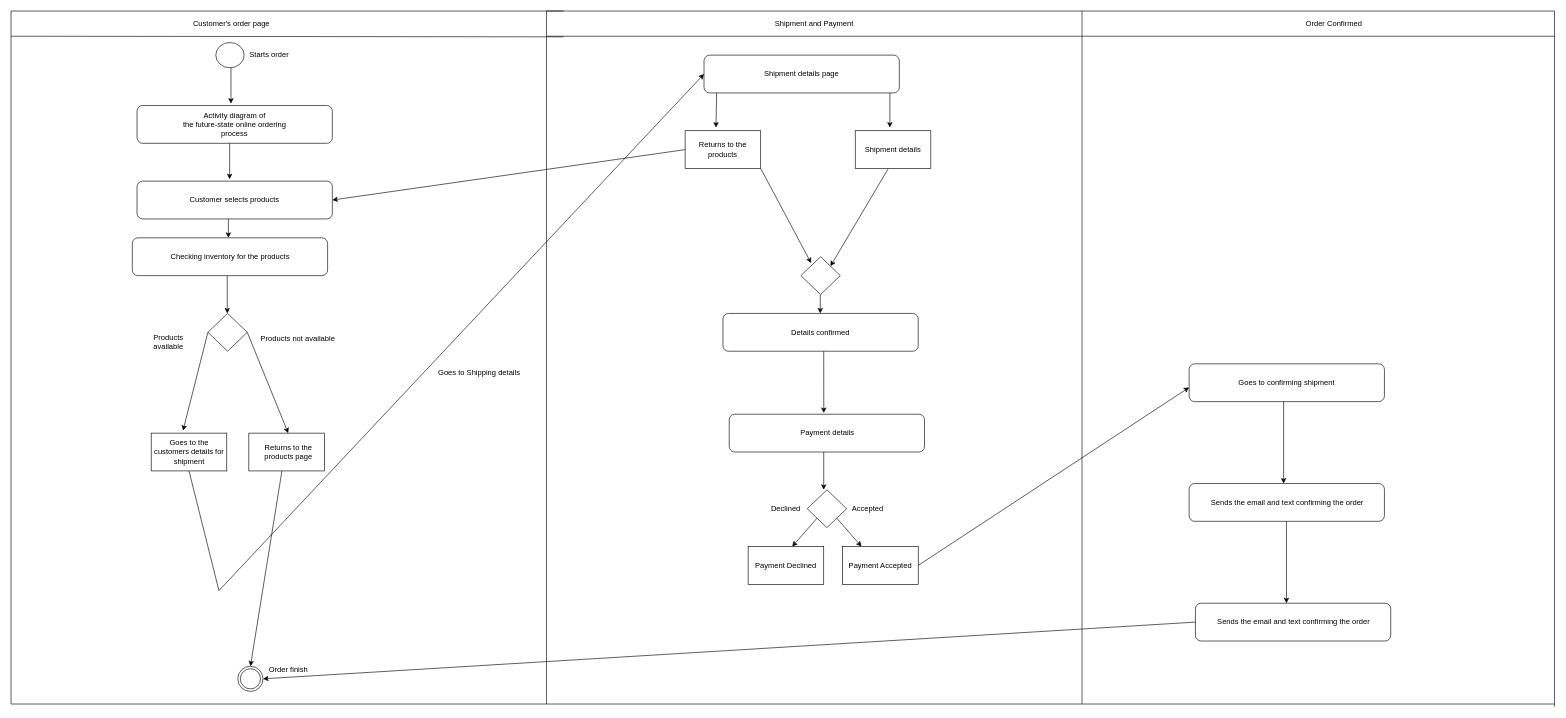
Above: Untitled Diagram.drawio in TipperChristopher/.github.io.matahi (draw.io), before the change. Source tidied: cells renumbered, new cells numbered last; positions are measured from the earlier drawing's top-left corner, leaving out a move shared by most shapes. Both pictures are drawn from the tidied source at 63%, with x=0, y=0 at pixel (11, 11).
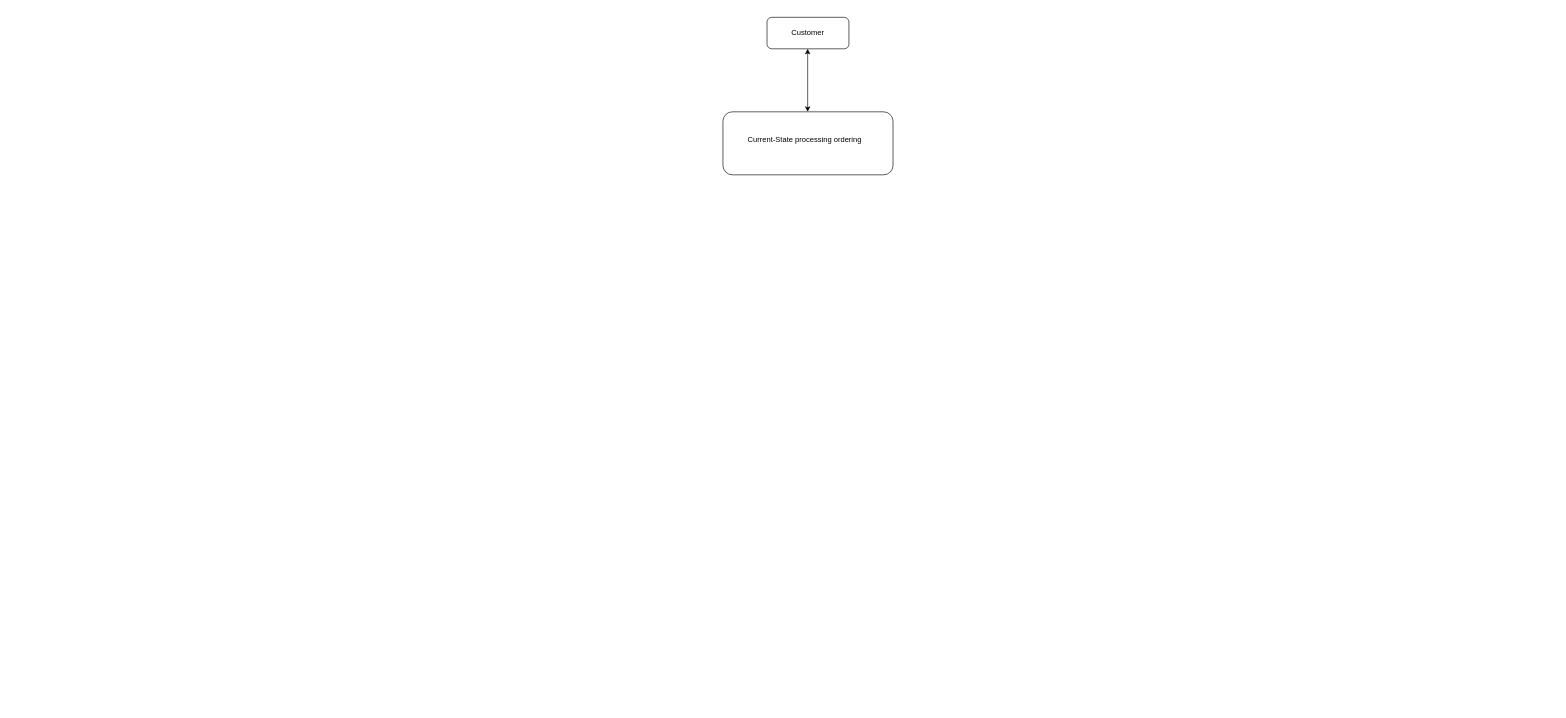
After the change.

The edit, as a diff of the source:
```diff
@@
-    <mxCell id="2" style="ellipse;shape=doubleEllipse;whiteSpace=wrap;html=1;" parent="1" vertex="1">
-      <mxGeometry x="360" y="1040" width="40" height="40" as="geometry" />
-    </mxCell>
-    <mxCell id="3" style="ellipse;whiteSpace=wrap;html=1;" parent="1" vertex="1">
-      <mxGeometry x="325" y="50" width="45" height="40" as="geometry" />
-    </mxCell>
-    <mxCell id="4" style="rounded=1;whiteSpace=wrap;html=1;" parent="1" vertex="1">
-      <mxGeometry x="200" y="150" width="310" height="60" as="geometry" />
-    </mxCell>
-    <mxCell id="5" style="endArrow=classic;html=1;rounded=0;entryX=0.481;entryY=-0.05;entryDx=0;entryDy=0;entryPerimeter=0;exitX=0.536;exitY=1;exitDx=0;exitDy=0;exitPerimeter=0;" parent="1" edge="1" source="3" target="4">
-      <mxGeometry relative="1" as="geometry" />
-    </mxCell>
-    <mxCell id="6" value="Activity diagram of&lt;br/&gt;the future-state online ordering&lt;br/&gt;process " style="text;html=1;strokeColor=none;fillColor=none;align=center;verticalAlign=middle;whiteSpace=wrap;rounded=0;" parent="1" vertex="1">
-      <mxGeometry x="200" y="165" width="310" height="30" as="geometry" />
-    </mxCell>
-    <mxCell id="7" style="rounded=1;whiteSpace=wrap;html=1;" parent="1" vertex="1">
-      <mxGeometry x="200" y="270" width="310" height="60" as="geometry" />
-    </mxCell>
-    <mxCell id="8" value="Customer selects products" style="text;html=1;strokeColor=none;fillColor=none;align=center;verticalAlign=middle;whiteSpace=wrap;rounded=0;" parent="1" vertex="1">
-      <mxGeometry x="200" y="285" width="310" height="30" as="geometry" />
-    </mxCell>
-    <mxCell id="9" style="endArrow=classic;html=1;rounded=0;entryX=0.481;entryY=-0.05;entryDx=0;entryDy=0;entryPerimeter=0;exitX=0.536;exitY=1;exitDx=0;exitDy=0;exitPerimeter=0;" parent="1" edge="1">
-      <mxGeometry relative="1" as="geometry">
-        <mxPoint x="347" y="210" as="sourcePoint" />
-        <mxPoint x="347" y="267" as="targetPoint" />
-      </mxGeometry>
-    </mxCell>
-    <mxCell id="10" style="endArrow=classic;html=1;rounded=0;" parent="1" edge="1">
-      <mxGeometry relative="1" as="geometry">
-        <mxPoint x="345" y="330" as="sourcePoint" />
-        <mxPoint x="345" y="360" as="targetPoint" />
-      </mxGeometry>
-    </mxCell>
-    <mxCell id="11" style="endArrow=classic;html=1;rounded=0;" parent="1" edge="1">
-      <mxGeometry relative="1" as="geometry">
-        <mxPoint x="343.2" y="420" as="sourcePoint" />
-        <mxPoint x="343.2" y="480" as="targetPoint" />
-      </mxGeometry>
-    </mxCell>
-    <mxCell id="12" style="rounded=1;whiteSpace=wrap;html=1;" parent="1" vertex="1">
-      <mxGeometry x="192.5" y="360" width="310" height="60" as="geometry" />
-    </mxCell>
-    <mxCell id="13" value="Checking inventory for the products" style="text;html=1;strokeColor=none;fillColor=none;align=center;verticalAlign=middle;whiteSpace=wrap;rounded=0;" parent="1" vertex="1">
-      <mxGeometry x="192.5" y="375" width="310" height="30" as="geometry" />
-    </mxCell>
-    <mxCell id="14" style="rhombus;whiteSpace=wrap;html=1;" parent="1" vertex="1">
-      <mxGeometry x="312.5" y="480" width="62.5" height="60" as="geometry" />
-    </mxCell>
-    <mxCell id="15" style="endArrow=classic;html=1;rounded=0;exitX=0;exitY=0.5;exitDx=0;exitDy=0;" parent="1" edge="1" source="14">
-      <mxGeometry relative="1" as="geometry">
-        <mxPoint x="273" y="666" as="targetPoint" />
-      </mxGeometry>
-    </mxCell>
-    <mxCell id="16" style="endArrow=classic;html=1;rounded=0;exitX=1;exitY=0.5;exitDx=0;exitDy=0;entryX=0.5;entryY=0;entryDx=0;entryDy=0;" parent="1" edge="1" source="14" target="22">
-      <mxGeometry relative="1" as="geometry" />
-    </mxCell>
-    <mxCell id="17" style="rounded=0;whiteSpace=wrap;html=1;" parent="1" vertex="1">
-      <mxGeometry x="222.5" y="670" width="120" height="60" as="geometry" />
-    </mxCell>
-    <mxCell id="18" style="rounded=0;whiteSpace=wrap;html=1;" parent="1" vertex="1">
-      <mxGeometry x="377.5" y="670" width="120" height="60" as="geometry" />
-    </mxCell>
-    <mxCell id="19" value="Products available" style="text;html=1;strokeColor=none;fillColor=none;align=center;verticalAlign=middle;whiteSpace=wrap;rounded=0;" parent="1" vertex="1">
-      <mxGeometry x="220" y="510" width="60" height="30" as="geometry" />
-    </mxCell>
-    <mxCell id="20" value="&lt;span style=&quot;&quot;&gt;Products not available&lt;/span&gt;" style="text;html=1;align=center;verticalAlign=middle;strokeColor=none;fillColor=none;" parent="1" vertex="1">
-      <mxGeometry x="390" y="510" width="130" height="20" as="geometry" />
-    </mxCell>
-    <mxCell id="21" value="Goes to the customers details for shipment" style="text;html=1;strokeColor=none;fillColor=none;align=center;verticalAlign=middle;whiteSpace=wrap;rounded=0;" parent="1" vertex="1">
-      <mxGeometry x="222.5" y="670" width="120" height="60" as="geometry" />
-    </mxCell>
-    <mxCell id="22" value="Returns to the products page" style="text;html=1;strokeColor=none;fillColor=none;align=center;verticalAlign=middle;whiteSpace=wrap;rounded=0;" parent="1" vertex="1">
-      <mxGeometry x="377.5" y="670" width="125" height="60" as="geometry" />
-    </mxCell>
-    <mxCell id="23" style="rounded=1;whiteSpace=wrap;html=1;" parent="1" vertex="1">
-      <mxGeometry x="1100" y="70" width="310" height="60" as="geometry" />
-    </mxCell>
-    <mxCell id="24" value="Shipment details page" style="text;html=1;strokeColor=none;fillColor=none;align=center;verticalAlign=middle;whiteSpace=wrap;rounded=0;" parent="1" vertex="1">
-      <mxGeometry x="1100" y="85" width="310" height="30" as="geometry" />
-    </mxCell>
-    <mxCell id="25" style="endArrow=classic;html=1;rounded=0;" parent="1" edge="1">
-      <mxGeometry relative="1" as="geometry">
-        <mxPoint x="1120" y="130" as="sourcePoint" />
-        <mxPoint x="1119" y="185" as="targetPoint" />
-      </mxGeometry>
-    </mxCell>
-    <mxCell id="26" style="endArrow=classic;html=1;rounded=0;" parent="1" edge="1">
-      <mxGeometry relative="1" as="geometry">
-        <mxPoint x="1395" y="130" as="sourcePoint" />
-        <mxPoint x="1395" y="185" as="targetPoint" />
-      </mxGeometry>
-    </mxCell>
-    <mxCell id="27" style="endArrow=none;html=1;rounded=0;" parent="1" edge="1">
-      <mxGeometry relative="1" as="geometry">
-        <mxPoint x="850" y="1100" as="sourcePoint" />
-        <mxPoint x="850" as="targetPoint" />
-      </mxGeometry>
-    </mxCell>
-    <mxCell id="28" style="endArrow=none;html=1;rounded=0;" parent="1" edge="1">
-      <mxGeometry relative="1" as="geometry">
-        <mxPoint x="850" as="sourcePoint" />
-        <mxPoint x="1700" as="targetPoint" />
-      </mxGeometry>
-    </mxCell>
-    <mxCell id="29" style="endArrow=none;html=1;rounded=0;" parent="1" edge="1">
-      <mxGeometry relative="1" as="geometry">
-        <mxPoint x="1700" y="1100" as="sourcePoint" />
-        <mxPoint x="1700" as="targetPoint" />
-      </mxGeometry>
-    </mxCell>
-    <mxCell id="30" style="endArrow=none;html=1;rounded=0;" parent="1" edge="1">
-      <mxGeometry relative="1" as="geometry">
-        <mxPoint x="850" y="1100" as="sourcePoint" />
-        <mxPoint x="1700" y="1100" as="targetPoint" />
-      </mxGeometry>
-    </mxCell>
-    <mxCell id="31" style="endArrow=none;html=1;rounded=0;" parent="1" edge="1">
-      <mxGeometry relative="1" as="geometry">
-        <mxPoint x="850" y="40" as="sourcePoint" />
-        <mxPoint x="1700" y="40" as="targetPoint" />
-      </mxGeometry>
-    </mxCell>
-    <mxCell id="32" value="Shipment and Payment" style="text;html=1;strokeColor=none;fillColor=none;align=center;verticalAlign=middle;whiteSpace=wrap;rounded=0;" parent="1" vertex="1">
-      <mxGeometry x="850" width="850" height="40" as="geometry" />
-    </mxCell>
-    <mxCell id="33" style="endArrow=none;html=1;rounded=0;" parent="1" edge="1">
-      <mxGeometry relative="1" as="geometry">
-        <mxPoint x="2450" y="1104" as="sourcePoint" />
-        <mxPoint x="2450" as="targetPoint" />
-      </mxGeometry>
-    </mxCell>
-    <mxCell id="34" style="endArrow=none;html=1;rounded=0;" parent="1" edge="1">
-      <mxGeometry relative="1" as="geometry">
-        <mxPoint x="1700" y="40" as="sourcePoint" />
-        <mxPoint x="2450" y="40" as="targetPoint" />
-      </mxGeometry>
-    </mxCell>
-    <mxCell id="35" style="endArrow=none;html=1;rounded=0;" parent="1" edge="1">
-      <mxGeometry relative="1" as="geometry">
-        <mxPoint x="1700" as="sourcePoint" />
-        <mxPoint x="2450" as="targetPoint" />
-      </mxGeometry>
-    </mxCell>
-    <mxCell id="36" style="endArrow=none;html=1;rounded=0;" parent="1" edge="1">
-      <mxGeometry relative="1" as="geometry">
-        <mxPoint x="1700" y="1100" as="sourcePoint" />
-        <mxPoint x="2450" y="1100" as="targetPoint" />
-      </mxGeometry>
-    </mxCell>
-    <mxCell id="37" style="endArrow=none;html=1;rounded=0;" parent="1" edge="1">
-      <mxGeometry relative="1" as="geometry">
-        <mxPoint y="1100" as="sourcePoint" />
-        <mxPoint x="850" y="1100" as="targetPoint" />
-      </mxGeometry>
-    </mxCell>
-    <mxCell id="38" style="endArrow=none;html=1;rounded=0;entryX=0.032;entryY=1.025;entryDx=0;entryDy=0;entryPerimeter=0;" parent="1" edge="1" target="32">
-      <mxGeometry relative="1" as="geometry">
-        <mxPoint y="40" as="sourcePoint" />
-      </mxGeometry>
-    </mxCell>
-    <mxCell id="39" style="endArrow=none;html=1;rounded=0;entryX=0.032;entryY=0;entryDx=0;entryDy=0;entryPerimeter=0;" parent="1" edge="1" target="32">
-      <mxGeometry relative="1" as="geometry">
-        <mxPoint as="sourcePoint" />
-      </mxGeometry>
-    </mxCell>
-    <mxCell id="40" value="Customer's order page" style="text;html=1;strokeColor=none;fillColor=none;align=center;verticalAlign=middle;whiteSpace=wrap;rounded=0;" parent="1" vertex="1">
-      <mxGeometry x="170" y="5" width="360" height="30" as="geometry" />
-    </mxCell>
-    <mxCell id="41" style="endArrow=none;html=1;rounded=0;" parent="1" edge="1">
-      <mxGeometry relative="1" as="geometry">
-        <mxPoint y="1100" as="sourcePoint" />
-        <mxPoint as="targetPoint" />
-      </mxGeometry>
-    </mxCell>
-    <mxCell id="42" style="endArrow=classic;html=1;rounded=0;exitX=0.5;exitY=1;exitDx=0;exitDy=0;entryX=0;entryY=0.5;entryDx=0;entryDy=0;" parent="1" edge="1" source="21" target="24">
-      <mxGeometry relative="1" as="geometry">
-        <Array as="points">
-          <mxPoint x="330" y="920" />
-        </Array>
-      </mxGeometry>
-    </mxCell>
-    <mxCell id="43" style="rounded=0;whiteSpace=wrap;html=1;" parent="1" vertex="1">
-      <mxGeometry x="1070" y="190" width="120" height="60" as="geometry" />
-    </mxCell>
-    <mxCell id="44" value="Returns to the products" style="text;html=1;strokeColor=none;fillColor=none;align=center;verticalAlign=middle;whiteSpace=wrap;rounded=0;" parent="1" vertex="1">
-      <mxGeometry x="1070" y="190" width="120" height="60" as="geometry" />
-    </mxCell>
-    <mxCell id="45" style="endArrow=classic;html=1;rounded=0;exitX=0;exitY=0.5;exitDx=0;exitDy=0;entryX=1;entryY=0.5;entryDx=0;entryDy=0;" parent="1" edge="1" source="44" target="8">
-      <mxGeometry relative="1" as="geometry" />
-    </mxCell>
-    <mxCell id="46" style="rounded=0;whiteSpace=wrap;html=1;" parent="1" vertex="1">
-      <mxGeometry x="1340" y="190" width="120" height="60" as="geometry" />
-    </mxCell>
-    <mxCell id="47" value="Shipment details" style="text;html=1;strokeColor=none;fillColor=none;align=center;verticalAlign=middle;whiteSpace=wrap;rounded=0;" parent="1" vertex="1">
-      <mxGeometry x="1340" y="190" width="120" height="60" as="geometry" />
-    </mxCell>
-    <mxCell id="48" style="endArrow=classic;html=1;rounded=0;exitX=0.433;exitY=1.017;exitDx=0;exitDy=0;exitPerimeter=0;entryX=1;entryY=0;entryDx=0;entryDy=0;" parent="1" edge="1" source="47" target="51">
-      <mxGeometry relative="1" as="geometry" />
-    </mxCell>
-    <mxCell id="49" style="rounded=1;whiteSpace=wrap;html=1;" parent="1" vertex="1">
-      <mxGeometry x="1130" y="480" width="310" height="60" as="geometry" />
-    </mxCell>
-    <mxCell id="50" value="Details confirmed" style="text;html=1;strokeColor=none;fillColor=none;align=center;verticalAlign=middle;whiteSpace=wrap;rounded=0;" parent="1" vertex="1">
-      <mxGeometry x="1130" y="495" width="310" height="30" as="geometry" />
-    </mxCell>
-    <mxCell id="51" style="rhombus;whiteSpace=wrap;html=1;" parent="1" vertex="1">
-      <mxGeometry x="1253.8" y="390" width="62.5" height="60" as="geometry" />
-    </mxCell>
-    <mxCell id="52" style="endArrow=classic;html=1;rounded=0;exitX=1;exitY=1;exitDx=0;exitDy=0;" parent="1" edge="1" source="44">
-      <mxGeometry relative="1" as="geometry">
-        <mxPoint x="1270" y="400" as="targetPoint" />
-      </mxGeometry>
-    </mxCell>
-    <mxCell id="53" style="endArrow=classic;html=1;rounded=0;" parent="1" edge="1">
-      <mxGeometry relative="1" as="geometry">
-        <mxPoint x="1284.5" y="450" as="sourcePoint" />
-        <mxPoint x="1284.5" y="480" as="targetPoint" />
-      </mxGeometry>
-    </mxCell>
-    <mxCell id="54" style="endArrow=classic;html=1;rounded=0;exitX=0.103;exitY=1.033;exitDx=0;exitDy=0;exitPerimeter=0;" parent="1" edge="1">
-      <mxGeometry relative="1" as="geometry">
-        <mxPoint x="1290" y="540" as="sourcePoint" />
-        <mxPoint x="1290.1" y="638" as="targetPoint" />
-      </mxGeometry>
-    </mxCell>
-    <mxCell id="55" style="rounded=1;whiteSpace=wrap;html=1;" parent="1" vertex="1">
-      <mxGeometry x="1140" y="640" width="310" height="60" as="geometry" />
-    </mxCell>
-    <mxCell id="56" value="Payment details" style="text;html=1;strokeColor=none;fillColor=none;align=center;verticalAlign=middle;whiteSpace=wrap;rounded=0;" parent="1" vertex="1">
-      <mxGeometry x="1141" y="655" width="310" height="30" as="geometry" />
-    </mxCell>
-    <mxCell id="57" style="endArrow=classic;html=1;rounded=0;" parent="1" edge="1">
-      <mxGeometry relative="1" as="geometry">
-        <mxPoint x="1290" y="700" as="sourcePoint" />
-        <mxPoint x="1290" y="760" as="targetPoint" />
-      </mxGeometry>
-    </mxCell>
-    <mxCell id="58" style="rhombus;whiteSpace=wrap;html=1;" parent="1" vertex="1">
-      <mxGeometry x="1263.8" y="760" width="62.5" height="60" as="geometry" />
-    </mxCell>
-    <mxCell id="59" style="endArrow=classic;html=1;rounded=0;exitX=0;exitY=1;exitDx=0;exitDy=0;" parent="1" edge="1" source="58">
-      <mxGeometry relative="1" as="geometry">
-        <mxPoint x="1240" y="850" as="targetPoint" />
-      </mxGeometry>
-    </mxCell>
-    <mxCell id="60" style="endArrow=classic;html=1;rounded=0;exitX=1;exitY=1;exitDx=0;exitDy=0;" parent="1" edge="1" source="58">
-      <mxGeometry relative="1" as="geometry">
-        <mxPoint x="1350" y="850" as="targetPoint" />
-      </mxGeometry>
-    </mxCell>
-    <mxCell id="61" style="rounded=0;whiteSpace=wrap;html=1;" parent="1" vertex="1">
-      <mxGeometry x="1170" y="850" width="120" height="60" as="geometry" />
-    </mxCell>
-    <mxCell id="62" value="Payment Declined" style="text;html=1;strokeColor=none;fillColor=none;align=center;verticalAlign=middle;whiteSpace=wrap;rounded=0;" parent="1" vertex="1">
-      <mxGeometry x="1170" y="850" width="120" height="60" as="geometry" />
-    </mxCell>
-    <mxCell id="63" style="rounded=0;whiteSpace=wrap;html=1;" parent="1" vertex="1">
-      <mxGeometry x="1320" y="850" width="120" height="60" as="geometry" />
-    </mxCell>
-    <mxCell id="64" value="Payment Accepted" style="text;html=1;strokeColor=none;fillColor=none;align=center;verticalAlign=middle;whiteSpace=wrap;rounded=0;" parent="1" vertex="1">
-      <mxGeometry x="1320" y="850" width="120" height="60" as="geometry" />
-    </mxCell>
-    <mxCell id="65" value="Order Confirmed" style="text;html=1;strokeColor=none;fillColor=none;align=center;verticalAlign=middle;whiteSpace=wrap;rounded=0;" parent="1" vertex="1">
-      <mxGeometry x="2050" y="5" width="100" height="30" as="geometry" />
-    </mxCell>
-    <mxCell id="66" style="endArrow=classic;html=1;rounded=0;exitX=1;exitY=0.5;exitDx=0;exitDy=0;entryX=0;entryY=0.75;entryDx=0;entryDy=0;" parent="1" edge="1" source="64" target="68">
-      <mxGeometry relative="1" as="geometry" />
-    </mxCell>
-    <mxCell id="67" style="rounded=1;whiteSpace=wrap;html=1;" parent="1" vertex="1">
-      <mxGeometry x="1870" y="560" width="310" height="60" as="geometry" />
-    </mxCell>
-    <mxCell id="68" value="Goes to confirming shipment" style="text;html=1;strokeColor=none;fillColor=none;align=center;verticalAlign=middle;whiteSpace=wrap;rounded=0;" parent="1" vertex="1">
-      <mxGeometry x="1870" y="575" width="310" height="30" as="geometry" />
-    </mxCell>
-    <mxCell id="69" style="endArrow=classic;html=1;rounded=0;" parent="1" edge="1">
-      <mxGeometry relative="1" as="geometry">
-        <mxPoint x="2020" y="620" as="sourcePoint" />
-        <mxPoint x="2020" y="750" as="targetPoint" />
-      </mxGeometry>
-    </mxCell>
-    <mxCell id="70" style="rounded=1;whiteSpace=wrap;html=1;" parent="1" vertex="1">
-      <mxGeometry x="1870" y="750" width="310" height="60" as="geometry" />
-    </mxCell>
-    <mxCell id="71" value="Sends the email and text confirming the order" style="text;html=1;strokeColor=none;fillColor=none;align=center;verticalAlign=middle;whiteSpace=wrap;rounded=0;" parent="1" vertex="1">
-      <mxGeometry x="1871" y="765" width="310" height="30" as="geometry" />
-    </mxCell>
-    <mxCell id="72" style="endArrow=classic;html=1;rounded=0;" parent="1" edge="1">
-      <mxGeometry relative="1" as="geometry">
-        <mxPoint x="2024.5" y="810" as="sourcePoint" />
-        <mxPoint x="2024.5" y="940" as="targetPoint" />
-      </mxGeometry>
-    </mxCell>
-    <mxCell id="73" style="rounded=1;whiteSpace=wrap;html=1;" parent="1" vertex="1">
-      <mxGeometry x="1880" y="940" width="310" height="60" as="geometry" />
-    </mxCell>
-    <mxCell id="74" value="Sends the email and text confirming the order" style="text;html=1;strokeColor=none;fillColor=none;align=center;verticalAlign=middle;whiteSpace=wrap;rounded=0;" parent="1" vertex="1">
-      <mxGeometry x="1881" y="955" width="310" height="30" as="geometry" />
-    </mxCell>
-    <mxCell id="75" style="endArrow=classic;html=1;rounded=0;entryX=1;entryY=0.5;entryDx=0;entryDy=0;exitX=0;exitY=0.5;exitDx=0;exitDy=0;" parent="1" edge="1" source="73" target="2">
-      <mxGeometry relative="1" as="geometry" />
-    </mxCell>
-    <mxCell id="76" style="endArrow=classic;html=1;rounded=0;entryX=0.5;entryY=0;entryDx=0;entryDy=0;" parent="1" edge="1" target="2">
-      <mxGeometry relative="1" as="geometry">
-        <mxPoint x="430" y="730" as="sourcePoint" />
-      </mxGeometry>
-    </mxCell>
-    <mxCell id="77" value="Order finish" style="text;html=1;strokeColor=none;fillColor=none;align=center;verticalAlign=middle;whiteSpace=wrap;rounded=0;" parent="1" vertex="1">
-      <mxGeometry x="377.5" y="1030" width="125" height="30" as="geometry" />
-    </mxCell>
-    <mxCell id="78" value="Goes to Shipping details&amp;nbsp;" style="text;html=1;strokeColor=none;fillColor=none;align=center;verticalAlign=middle;whiteSpace=wrap;rounded=0;" parent="1" vertex="1">
-      <mxGeometry x="660" y="560" width="170" height="30" as="geometry" />
-    </mxCell>
-    <mxCell id="79" value="Starts order" style="text;html=1;strokeColor=none;fillColor=none;align=center;verticalAlign=middle;whiteSpace=wrap;rounded=0;" parent="1" vertex="1">
-      <mxGeometry x="280" y="55" width="260" height="30" as="geometry" />
-    </mxCell>
-    <mxCell id="80" value="Accepted" style="text;html=1;strokeColor=none;fillColor=none;align=center;verticalAlign=middle;whiteSpace=wrap;rounded=0;" parent="1" vertex="1">
-      <mxGeometry x="1330" y="775" width="60" height="30" as="geometry" />
-    </mxCell>
-    <mxCell id="81" value="Declined" style="text;html=1;strokeColor=none;fillColor=none;align=center;verticalAlign=middle;whiteSpace=wrap;rounded=0;" parent="1" vertex="1">
-      <mxGeometry x="1200" y="775" width="60" height="30" as="geometry" />
-    </mxCell>
+    <mxCell id="82" style="rounded=1;whiteSpace=wrap;html=1;" parent="1" vertex="1">
+      <mxGeometry x="1200" y="10" width="130" height="50" as="geometry" />
+    </mxCell>
+    <mxCell id="83" value="Customer" style="text;html=1;strokeColor=none;fillColor=none;align=center;verticalAlign=middle;whiteSpace=wrap;rounded=0;" parent="1" vertex="1">
+      <mxGeometry x="1235" y="20" width="60" height="30" as="geometry" />
+    </mxCell>
+    <mxCell id="84" style="endArrow=classic;startArrow=classic;html=1;rounded=0;" parent="1" edge="1">
+      <mxGeometry relative="1" as="geometry">
+        <mxPoint x="1264.5" y="160" as="sourcePoint" />
+        <mxPoint x="1264.5" y="60" as="targetPoint" />
+      </mxGeometry>
+    </mxCell>
+    <mxCell id="85" style="rounded=1;whiteSpace=wrap;html=1;" parent="1" vertex="1">
+      <mxGeometry x="1130" y="160" width="270" height="100" as="geometry" />
+    </mxCell>
+    <mxCell id="86" value="Current-State processing ordering" style="text;html=1;strokeColor=none;fillColor=none;align=center;verticalAlign=middle;whiteSpace=wrap;rounded=0;" parent="1" vertex="1">
+      <mxGeometry x="1140" y="190" width="240" height="30" as="geometry" />
+    </mxCell>
```
